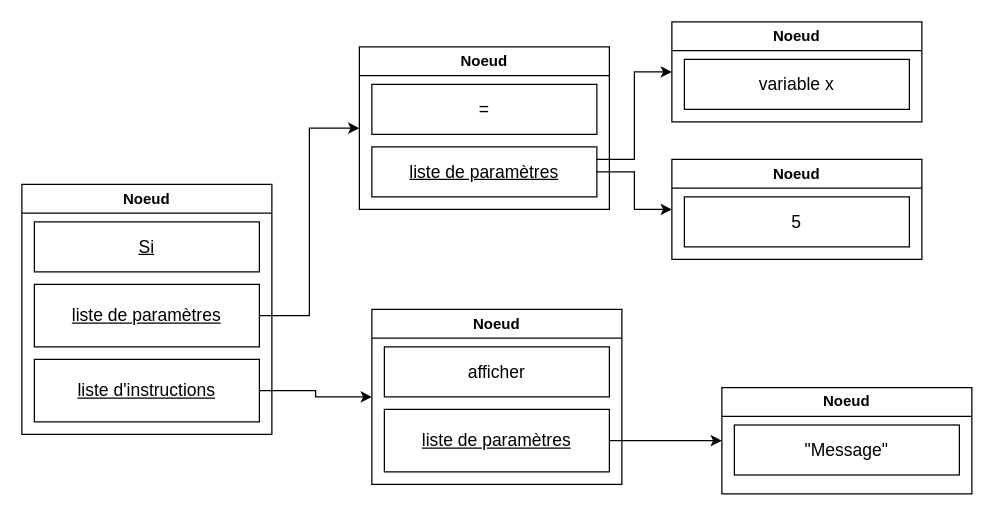
Yann-Miquel-Erdmann/TIPE_Sup keeps this draw.io diagram as Arbre exemple.drawio. Above is the earlier version. Source tidied: cells renumbered, new cells numbered last; positions are measured from the earlier drawing's top-left corner, leaving out a move shared by most shapes. Both pictures are drawn from the tidied source at 125%, with x=0, y=0 at pixel (21, 21).
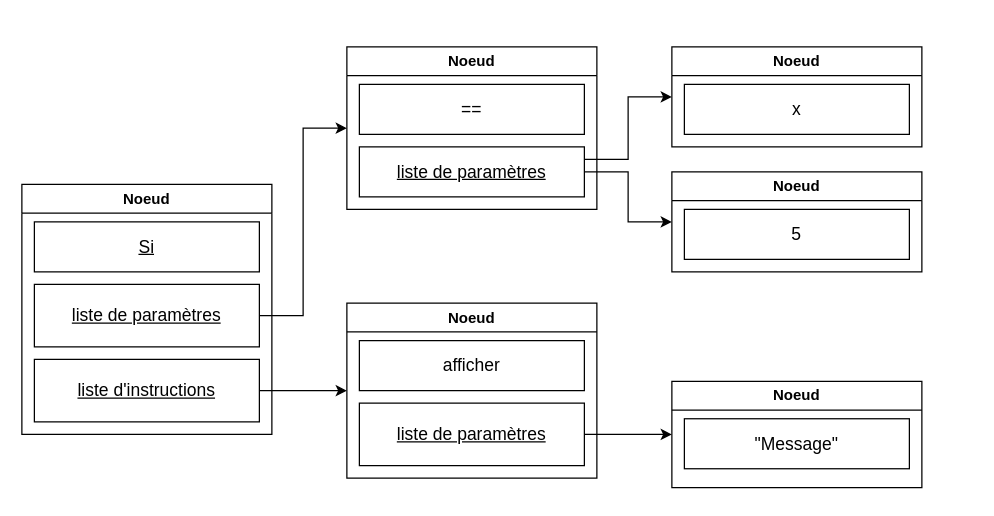
After the change.

Commit message (it also covers changes not shown here):
Mettre à jour Arbre exemple.drawio

The change refers to these unchanged cells:
```xml
<mxCell id="20" value="&lt;font style=&quot;font-size: 14px;&quot;&gt;&lt;u&gt;liste de paramètres&lt;/u&gt;&lt;/font&gt;" style="whiteSpace=wrap;html=1;" parent="18" vertex="1">
  <mxGeometry x="10" y="80" width="180" height="50" as="geometry" />
</mxCell>
```

The edit, as a diff of the source:
```diff
@@
     <mxCell id="6" value="Noeud" style="swimlane;whiteSpace=wrap;html=1;" parent="1" vertex="1">
-      <mxGeometry x="270" y="20" width="200" height="130" as="geometry" />
+      <mxGeometry x="260" y="20" width="200" height="130" as="geometry" />
     </mxCell>
-    <mxCell id="7" value="&lt;span style=&quot;font-size: 14px;&quot;&gt;=&lt;/span&gt;" style="whiteSpace=wrap;html=1;" parent="6" vertex="1">
+    <mxCell id="7" value="&lt;span style=&quot;font-size: 14px;&quot;&gt;==&lt;/span&gt;" style="whiteSpace=wrap;html=1;" parent="6" vertex="1">
       <mxGeometry x="10" y="30" width="180" height="40" as="geometry" />
     </mxCell>
@@
     <mxCell id="10" value="Noeud" style="swimlane;whiteSpace=wrap;html=1;" parent="1" vertex="1">
-      <mxGeometry x="520" width="200" height="80" as="geometry" />
+      <mxGeometry x="520" y="20" width="200" height="80" as="geometry" />
     </mxCell>
-    <mxCell id="11" value="&lt;span style=&quot;font-size: 14px;&quot;&gt;variable x&lt;/span&gt;" style="whiteSpace=wrap;html=1;" parent="10" vertex="1">
+    <mxCell id="11" value="&lt;span style=&quot;font-size: 14px;&quot;&gt;x&lt;/span&gt;" style="whiteSpace=wrap;html=1;" parent="10" vertex="1">
       <mxGeometry x="10" y="30" width="180" height="40" as="geometry" />
     </mxCell>
@@
     <mxCell id="13" value="Noeud" style="swimlane;whiteSpace=wrap;html=1;" parent="1" vertex="1">
-      <mxGeometry x="520" y="110" width="200" height="80" as="geometry" />
+      <mxGeometry x="520" y="120" width="200" height="80" as="geometry" />
     </mxCell>
@@
-    <mxCell id="17" style="group;" parent="1" vertex="1">
-      <mxGeometry x="280" y="230" width="480" height="147.5" as="geometry" />
-    </mxCell>
-    <mxCell id="18" value="Noeud" style="swimlane;whiteSpace=wrap;html=1;" parent="17" vertex="1">
-      <mxGeometry width="200" height="140" as="geometry" />
+    <mxCell id="18" value="Noeud" style="swimlane;whiteSpace=wrap;html=1;" parent="1" vertex="1">
+      <mxGeometry x="260" y="225" width="200" height="140" as="geometry" />
     </mxCell>
@@
-    <mxCell id="21" value="Noeud" style="swimlane;whiteSpace=wrap;html=1;" parent="17" vertex="1">
-      <mxGeometry x="280" y="62.5" width="200" height="85" as="geometry" />
+    <mxCell id="21" value="Noeud" style="swimlane;whiteSpace=wrap;html=1;" parent="1" vertex="1">
+      <mxGeometry x="520" y="287.5" width="200" height="85" as="geometry" />
     </mxCell>
@@
-    <mxCell id="23" style="edgeStyle=orthogonalEdgeStyle;rounded=0;jettySize=auto;html=1;exitX=1;exitY=0.5;exitDx=0;exitDy=0;entryX=0;entryY=0.5;entryDx=0;entryDy=0;" parent="17" edge="1" source="20" target="21">
+    <mxCell id="23" style="edgeStyle=orthogonalEdgeStyle;rounded=0;jettySize=auto;html=1;exitX=1;exitY=0.5;exitDx=0;exitDy=0;entryX=0;entryY=0.5;entryDx=0;entryDy=0;" parent="1" edge="1" source="20" target="21">
       <mxGeometry relative="1" as="geometry" />
     </mxCell>
```
